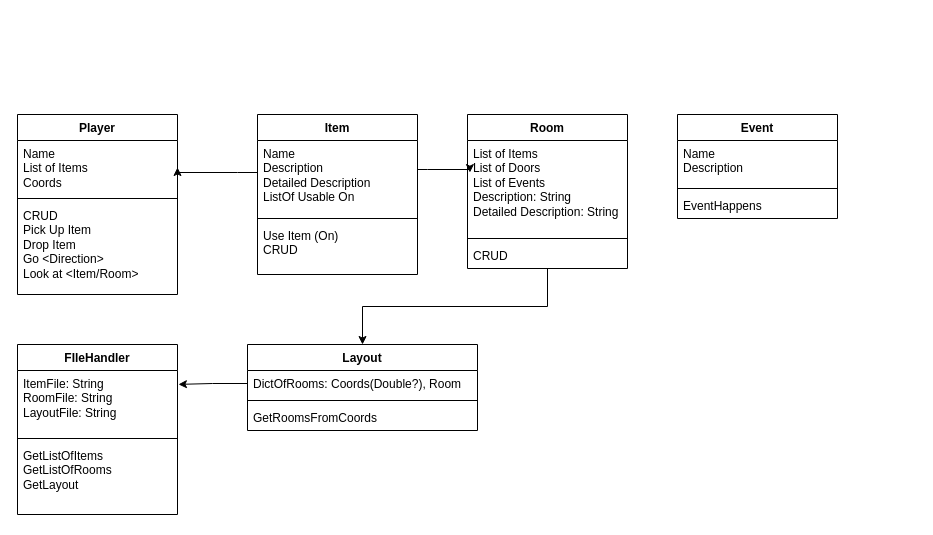
This is ClassDiagramv0.2.drawio from SimonLof/TextAdventure, a draw.io file, before an edit. Source tidied: cells renumbered, new cells numbered last; positions are measured from the earlier drawing's top-left corner, leaving out a move shared by most shapes. Both pictures are drawn from the tidied source at 100%, with x=0, y=0 at pixel (17, 114).
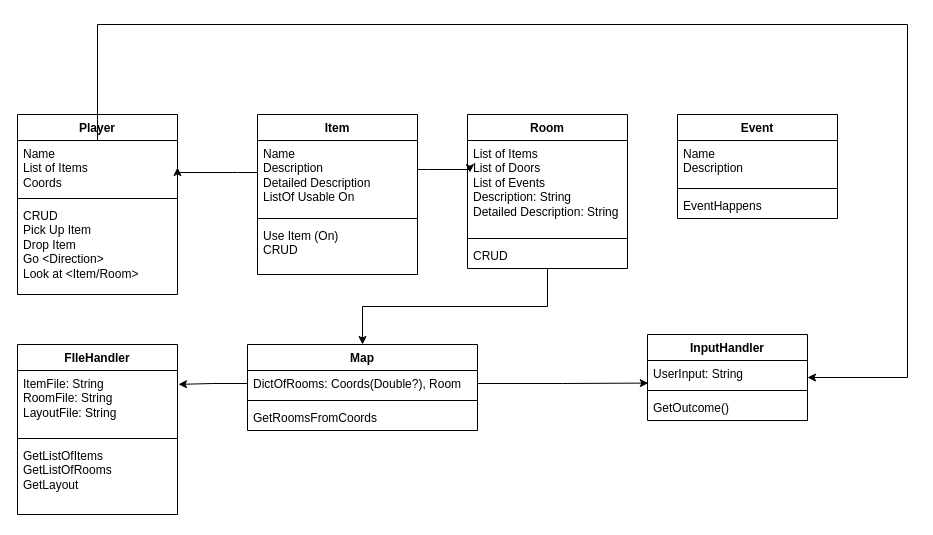
The same page after the edit.

Unchanged cells that the change refers to:
```xml
<mxCell id="3" value="Name&lt;br&gt;List of Items&lt;br&gt;Coords" style="text;strokeColor=none;fillColor=none;align=left;verticalAlign=top;spacingLeft=4;spacingRight=4;overflow=hidden;points=[[0,0.5],[1,0.5]];portConstraint=eastwest;whiteSpace=wrap;html=1;" parent="2" vertex="1">
  <mxGeometry y="26" width="160" height="54" as="geometry" />
</mxCell>
<mxCell id="22" value="DictOfRooms: Coords(Double?), Room" style="text;strokeColor=none;fillColor=none;align=left;verticalAlign=top;spacingLeft=4;spacingRight=4;overflow=hidden;points=[[0,0.5],[1,0.5]];portConstraint=eastwest;whiteSpace=wrap;html=1;" parent="21" vertex="1">
  <mxGeometry y="26" width="230" height="26" as="geometry" />
</mxCell>
```

What changed in the source:
```diff
@@
-    <mxCell id="21" value="Layout" style="swimlane;fontStyle=1;align=center;verticalAlign=top;horizontal=1;startSize=26;whiteSpace=wrap;html=1;" parent="1" vertex="1">
+    <mxCell id="21" value="Map&lt;br&gt;" style="swimlane;fontStyle=1;align=center;verticalAlign=top;horizontal=1;startSize=26;whiteSpace=wrap;html=1;" parent="1" vertex="1">
       <mxGeometry x="230" y="230" width="230" height="86" as="geometry" />
     </mxCell>
@@
+    <mxCell id="30" value="InputHandler" style="swimlane;fontStyle=1;align=center;verticalAlign=top;horizontal=1;startSize=26;whiteSpace=wrap;html=1;" parent="1" vertex="1">
+      <mxGeometry x="630" y="220" width="160" height="86" as="geometry" />
+    </mxCell>
+    <mxCell id="31" value="UserInput: String" style="text;strokeColor=none;fillColor=none;align=left;verticalAlign=top;spacingLeft=4;spacingRight=4;overflow=hidden;points=[[0,0.5],[1,0.5]];portConstraint=eastwest;whiteSpace=wrap;html=1;" parent="30" vertex="1">
+      <mxGeometry y="26" width="160" height="26" as="geometry" />
+    </mxCell>
+    <mxCell id="32" style="line;strokeWidth=1;fillColor=none;align=left;verticalAlign=middle;spacingTop=-1;spacingLeft=3;spacingRight=3;labelPosition=right;strokeColor=inherit;" parent="30" vertex="1">
+      <mxGeometry y="52" width="160" height="8" as="geometry" />
+    </mxCell>
+    <mxCell id="33" value="GetOutcome()" style="text;strokeColor=none;fillColor=none;align=left;verticalAlign=top;spacingLeft=4;spacingRight=4;overflow=hidden;whiteSpace=wrap;html=1;" parent="30" vertex="1">
+      <mxGeometry y="60" width="160" height="26" as="geometry" />
+    </mxCell>
+    <mxCell id="34" style="edgeStyle=orthogonalEdgeStyle;rounded=0;jettySize=auto;html=1;entryX=0.005;entryY=0.869;entryDx=0;entryDy=0;entryPerimeter=0;" parent="1" edge="1" source="22" target="31">
+      <mxGeometry relative="1" as="geometry" />
+    </mxCell>
+    <mxCell id="35" style="edgeStyle=orthogonalEdgeStyle;rounded=0;jettySize=auto;html=1;" parent="1" edge="1" source="3" target="30">
+      <mxGeometry relative="1" as="geometry">
+        <Array as="points">
+          <mxPoint x="80" y="-90" />
+          <mxPoint x="890" y="-90" />
+          <mxPoint x="890" y="263" />
+        </Array>
+      </mxGeometry>
+    </mxCell>
```
